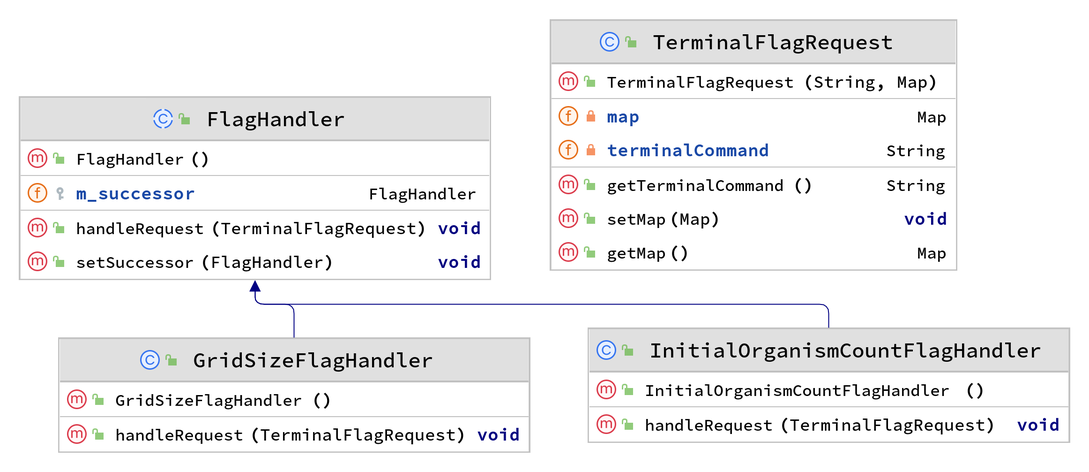
The PlantUML diagram doc/UMLdiagrams/TerminalFlagHandler.png in IUS-CS/c346-fa23-project-team-rocket, before a commit. Its source is kept beside it as doc/UMLdiagrams/TerminalFlagHandler.plantuml. The source it was exported from:
```plantuml
@startuml

!theme plain
top to bottom direction
skinparam linetype ortho

class FlagHandler {
  + FlagHandler():
  + setSuccessor(FlagHandler): void
  + handleRequest(TerminalFlagRequest): void
}
class GridSizeFlagHandler {
  + GridSizeFlagHandler():
  + handleRequest(TerminalFlagRequest): void
}
class InitialOrganismCountFlagHandler {
  + InitialOrganismCountFlagHandler():
  + handleRequest(TerminalFlagRequest): void
}
class TerminalFlagRequest {
  + TerminalFlagRequest(String, Map):
  + getMap(): Map
  + getTerminalCommand(): String
  + setMap(Map): void
}

GridSizeFlagHandler              -[#000082,plain]-^  FlagHandler
InitialOrganismCountFlagHandler  -[#000082,plain]-^  FlagHandler
@enduml
```
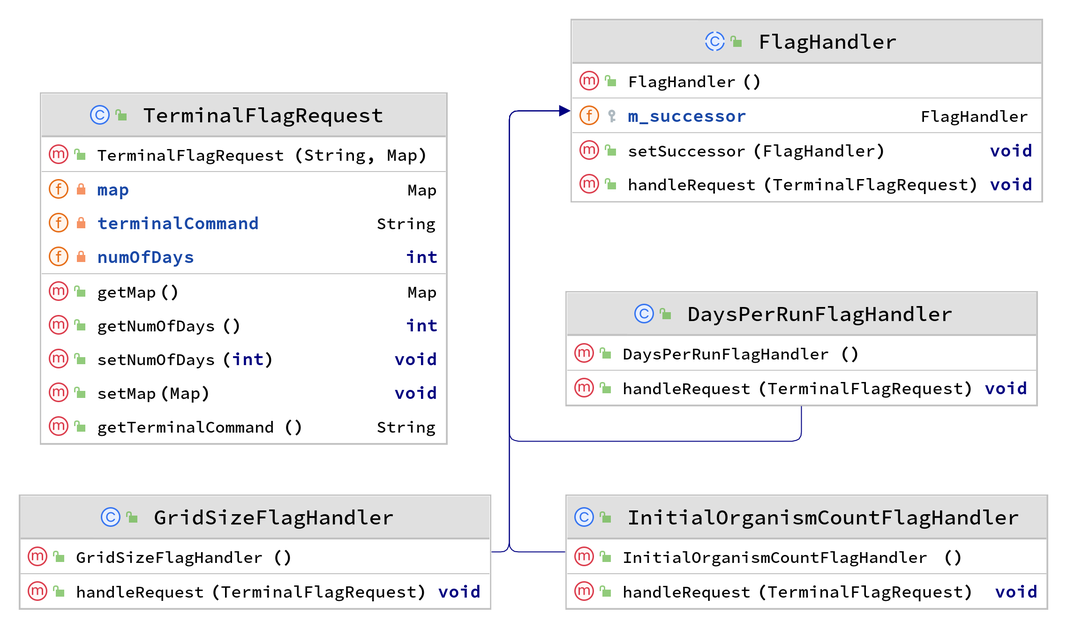
After the change.

Commit message:
Some documentation changes and got the handler working. Now I just need to make it work with simulation.

Diff of the diagram source:
```diff
@@ -4,8 +4,13 @@
 top to bottom direction
 skinparam linetype ortho
 
+class DaysPerRunFlagHandler {
+  + DaysPerRunFlagHandler():
+  + handleRequest(TerminalFlagRequest): void
+}
 class FlagHandler {
   + FlagHandler():
+  # m_successor: FlagHandler
   + setSuccessor(FlagHandler): void
   + handleRequest(TerminalFlagRequest): void
 }
@@ -19,11 +24,17 @@
 }
 class TerminalFlagRequest {
   + TerminalFlagRequest(String, Map):
+  - map: Map
+  - terminalCommand: String
+  - numOfDays: int
   + getMap(): Map
+  + getNumOfDays(): int
+  + setNumOfDays(int): void
+  + setMap(Map): void
   + getTerminalCommand(): String
-  + setMap(Map): void
 }
 
+DaysPerRunFlagHandler            -[#000082,plain]-^  FlagHandler
 GridSizeFlagHandler              -[#000082,plain]-^  FlagHandler
 InitialOrganismCountFlagHandler  -[#000082,plain]-^  FlagHandler
 @enduml
```
